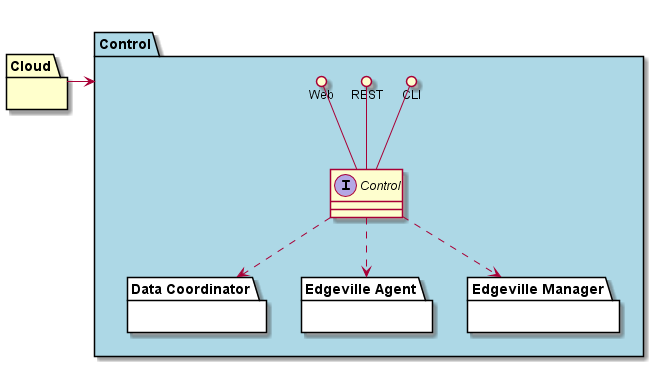
Above: docs/Solution/Control/Logical.png in CAADE/edgeville (PlantUML), before the change.
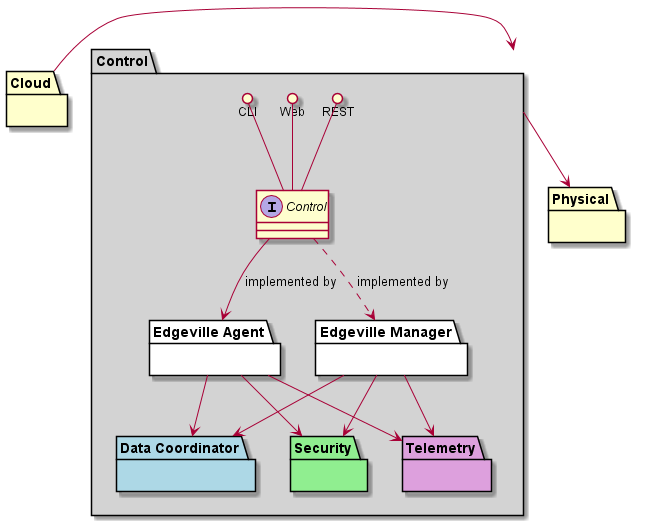
Later version of the same file.

The edit, as a diff of the source:
```diff
@@ -4,20 +4,37 @@
 
 }
 
-package "Control" as C #lightblue {
+package "Physical" #ffffcc {
+
+}
+
+package "Control" as C #lightgray {
     interface "Control"
-    package "Data Coordinator" as DC  { }
-    package "Edgeville Agent"  as EA { }
+    package "Edgeville Agent" as EA { }
     package "Edgeville Manager" as EM { }
+    package "Data Coordinator" as DC #lightblue { }
+    package "Security" as S  #lightgreen {
+
+    }
+    package "Telemetry" as T #plum {
+    }
+
+    EM --> S
+    EA --> S
+    EM --> DC
+    EA --> DC
+    EM --> T
+    EA --> T
 
     CLI ()-- "Control"
     REST ()-- "Control"
     Web ()-- "Control"
-    "Control" ..> DC
-    "Control" ..> EA
-    "Control" ..> EM
+    "Control" --> EA : implemented by
+    "Control" ..> EM : implemented by
 }
 
 Cloud -> C
 
+C --> Physical
+
 @enduml
```
